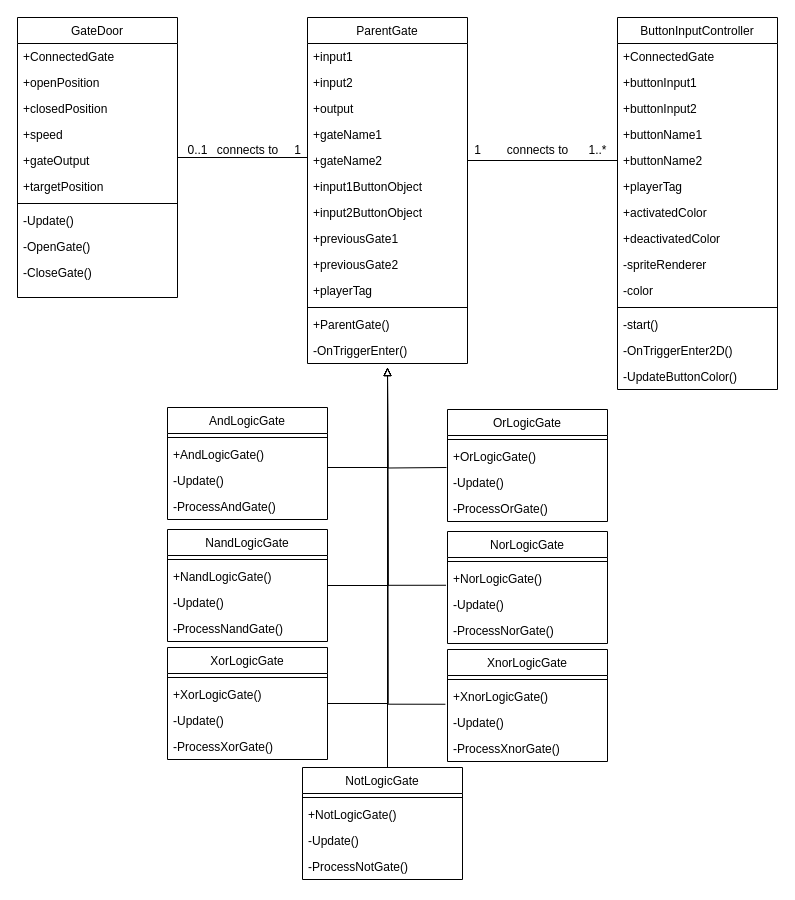
Above: Drawio Files/Class Diagram.drawio in jgharrison1/Logical-Gate (draw.io), before the change. Source tidied: cells renumbered, new cells numbered last; positions are measured from the earlier drawing's top-left corner, leaving out a move shared by most shapes. Both pictures are drawn from the tidied source at 100%, with x=0, y=0 at pixel (17, 17).
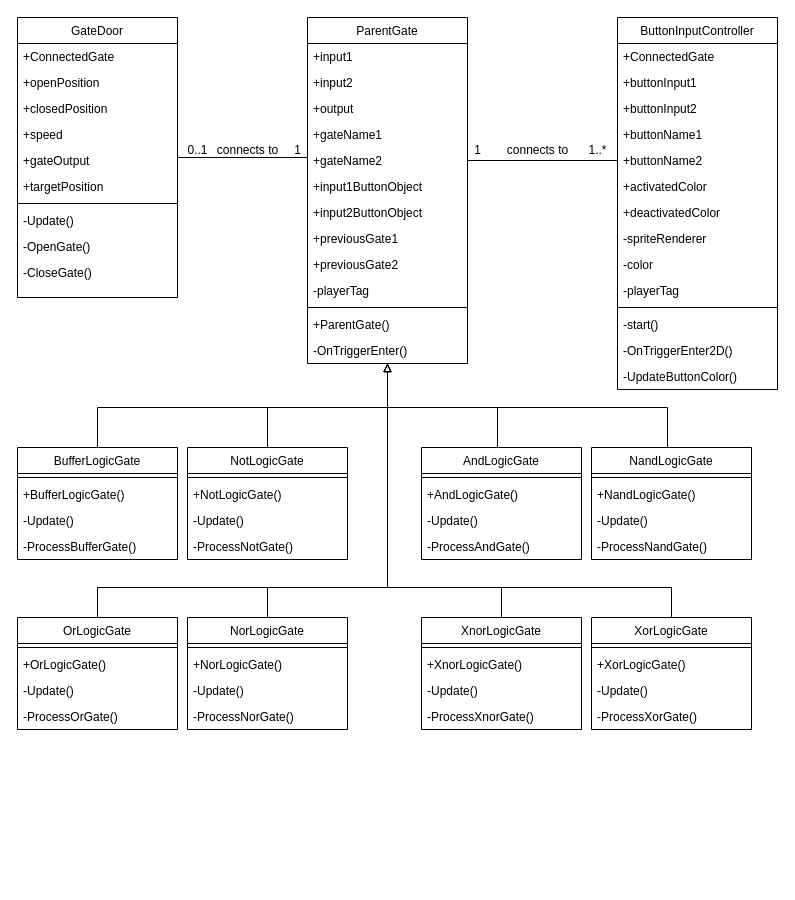
Above is the later version.

The change refers to these unchanged cells:
```xml
<mxCell id="2" value="ParentGate" style="swimlane;fontStyle=0;align=center;verticalAlign=top;horizontal=1;startSize=26;rounded=0;shadow=0;strokeWidth=1;" parent="1" vertex="1">
  <mxGeometry x="290" width="160" height="346" as="geometry" />
</mxCell>
<mxCell id="15" value="-OnTriggerEnter()" style="text;align=left;verticalAlign=top;spacingLeft=4;spacingRight=4;overflow=hidden;points=[[0,0.5],[1,0.5]];portConstraint=eastwest;rounded=0;shadow=0;html=0;" parent="2" vertex="1">
  <mxGeometry y="320" width="160" height="26" as="geometry" />
</mxCell>
<mxCell id="43" value="+NorLogicGate()" style="text;align=left;verticalAlign=top;spacingLeft=4;spacingRight=4;overflow=hidden;points=[[0,0.5],[1,0.5]];portConstraint=eastwest;" parent="40" vertex="1">
  <mxGeometry y="34" width="160" height="26" as="geometry" />
</mxCell>
<mxCell id="49" value="+XnorLogicGate()" style="text;align=left;verticalAlign=top;spacingLeft=4;spacingRight=4;overflow=hidden;points=[[0,0.5],[1,0.5]];portConstraint=eastwest;" parent="46" vertex="1">
  <mxGeometry y="34" width="160" height="26" as="geometry" />
</mxCell>
<mxCell id="52" value="ButtonInputController" style="swimlane;fontStyle=0;align=center;verticalAlign=top;horizontal=1;startSize=26;rounded=0;shadow=0;strokeWidth=1;" parent="1" vertex="1">
  <mxGeometry x="600" width="160" height="372" as="geometry" />
</mxCell>
```

Diff of the diagram source:
```diff
@@
-    <mxCell id="12" value="+playerTag" style="text;align=left;verticalAlign=top;spacingLeft=4;spacingRight=4;overflow=hidden;rounded=0;shadow=0;html=0;" parent="2" vertex="1">
+    <mxCell id="12" value="-playerTag" style="text;align=left;verticalAlign=top;spacingLeft=4;spacingRight=4;overflow=hidden;rounded=0;shadow=0;html=0;" parent="2" vertex="1">
       <mxGeometry y="260" width="160" height="26" as="geometry" />
     </mxCell>
@@
     <mxCell id="16" value="AndLogicGate" style="swimlane;fontStyle=0;align=center;verticalAlign=top;horizontal=1;startSize=26;rounded=0;shadow=0;strokeWidth=1;" parent="1" vertex="1">
-      <mxGeometry x="150" y="390" width="160" height="112" as="geometry" />
+      <mxGeometry x="404" y="430" width="160" height="112" as="geometry" />
     </mxCell>
@@
-    <mxCell id="21" style="endArrow=none;endSize=10;endFill=0;shadow=0;strokeWidth=1;rounded=0;curved=0;edgeStyle=elbowEdgeStyle;elbow=vertical;" parent="1" edge="1" source="16">
-      <mxGeometry relative="1" as="geometry">
-        <mxPoint x="370" y="380" as="targetPoint" />
-        <Array as="points">
-          <mxPoint x="370" y="450" />
-        </Array>
-      </mxGeometry>
-    </mxCell>
-    <mxCell id="22" style="edgeStyle=orthogonalEdgeStyle;rounded=0;jettySize=auto;html=1;endArrow=block;endFill=0;" parent="1" edge="1" source="23">
-      <mxGeometry relative="1" as="geometry">
-        <mxPoint x="370" y="350" as="targetPoint" />
-      </mxGeometry>
-    </mxCell>
     <mxCell id="23" value="NandLogicGate" style="swimlane;fontStyle=0;align=center;verticalAlign=top;horizontal=1;startSize=26;rounded=0;shadow=0;strokeWidth=1;" parent="1" vertex="1">
-      <mxGeometry x="150" y="512" width="160" height="112" as="geometry" />
+      <mxGeometry x="574" y="430" width="160" height="112" as="geometry" />
     </mxCell>
@@
-    <mxCell id="28" style="edgeStyle=orthogonalEdgeStyle;rounded=0;jettySize=auto;html=1;endArrow=block;endFill=0;" parent="1" edge="1" source="29">
-      <mxGeometry relative="1" as="geometry">
-        <mxPoint x="370" y="350" as="targetPoint" />
-      </mxGeometry>
-    </mxCell>
     <mxCell id="29" value="XorLogicGate" style="swimlane;fontStyle=0;align=center;verticalAlign=top;horizontal=1;startSize=26;rounded=0;shadow=0;strokeWidth=1;" parent="1" vertex="1">
-      <mxGeometry x="150" y="630" width="160" height="112" as="geometry" />
+      <mxGeometry x="574" y="600" width="160" height="112" as="geometry" />
     </mxCell>
@@
     <mxCell id="34" value="OrLogicGate" style="swimlane;fontStyle=0;align=center;verticalAlign=top;horizontal=1;startSize=26;rounded=0;shadow=0;strokeWidth=1;" parent="1" vertex="1">
-      <mxGeometry x="430" y="392" width="160" height="112" as="geometry" />
+      <mxGeometry y="600" width="160" height="112" as="geometry" />
     </mxCell>
@@
-    <mxCell id="36" style="edgeStyle=orthogonalEdgeStyle;rounded=0;orthogonalLoop=1;jettySize=auto;html=1;endArrow=block;endFill=0;" parent="34" edge="1">
-      <mxGeometry relative="1" as="geometry">
-        <mxPoint x="-1" y="58" as="sourcePoint" />
-        <mxPoint x="-60" y="-42" as="targetPoint" />
-      </mxGeometry>
-    </mxCell>
@@
     <mxCell id="40" value="NorLogicGate" style="swimlane;fontStyle=0;align=center;verticalAlign=top;horizontal=1;startSize=26;rounded=0;shadow=0;strokeWidth=1;" parent="1" vertex="1">
-      <mxGeometry x="430" y="514" width="160" height="112" as="geometry" />
+      <mxGeometry x="170" y="600" width="160" height="112" as="geometry" />
     </mxCell>
@@
-    <mxCell id="42" style="edgeStyle=orthogonalEdgeStyle;rounded=0;jettySize=auto;html=1;exitX=-0.009;exitY=0.76;exitDx=0;exitDy=0;exitPerimeter=0;endArrow=block;endFill=0;" parent="40" edge="1" source="43">
-      <mxGeometry relative="1" as="geometry">
-        <mxPoint x="-60" y="-164" as="targetPoint" />
-      </mxGeometry>
-    </mxCell>
@@
     <mxCell id="46" value="XnorLogicGate" style="swimlane;fontStyle=0;align=center;verticalAlign=top;horizontal=1;startSize=26;rounded=0;shadow=0;strokeWidth=1;" parent="1" vertex="1">
-      <mxGeometry x="430" y="632" width="160" height="112" as="geometry" />
+      <mxGeometry x="404" y="600" width="160" height="112" as="geometry" />
     </mxCell>
@@
-    <mxCell id="48" style="edgeStyle=orthogonalEdgeStyle;rounded=0;jettySize=auto;html=1;exitX=-0.013;exitY=0.798;exitDx=0;exitDy=0;exitPerimeter=0;endArrow=block;endFill=0;" parent="46" edge="1" source="49">
-      <mxGeometry relative="1" as="geometry">
-        <mxPoint x="-60" y="-282" as="targetPoint" />
-      </mxGeometry>
-    </mxCell>
@@
-    <mxCell id="58" value="+playerTag" style="text;align=left;verticalAlign=top;spacingLeft=4;spacingRight=4;overflow=hidden;rounded=0;shadow=0;html=0;" parent="52" vertex="1">
-      <mxGeometry y="156" width="160" height="26" as="geometry" />
-    </mxCell>
     <mxCell id="59" value="+activatedColor" style="text;align=left;verticalAlign=top;spacingLeft=4;spacingRight=4;overflow=hidden;rounded=0;shadow=0;html=0;" parent="52" vertex="1">
-      <mxGeometry y="182" width="160" height="26" as="geometry" />
+      <mxGeometry y="156" width="160" height="26" as="geometry" />
     </mxCell>
     <mxCell id="60" value="+deactivatedColor" style="text;align=left;verticalAlign=top;spacingLeft=4;spacingRight=4;overflow=hidden;rounded=0;shadow=0;html=0;" parent="52" vertex="1">
-      <mxGeometry y="208" width="160" height="26" as="geometry" />
+      <mxGeometry y="182" width="160" height="26" as="geometry" />
     </mxCell>
     <mxCell id="61" value="-spriteRenderer" style="text;align=left;verticalAlign=top;spacingLeft=4;spacingRight=4;overflow=hidden;rounded=0;shadow=0;html=0;" parent="52" vertex="1">
-      <mxGeometry y="234" width="160" height="26" as="geometry" />
+      <mxGeometry y="208" width="160" height="26" as="geometry" />
     </mxCell>
     <mxCell id="62" value="-color" style="text;align=left;verticalAlign=top;spacingLeft=4;spacingRight=4;overflow=hidden;rounded=0;shadow=0;html=0;" parent="52" vertex="1">
-      <mxGeometry y="260" width="160" height="26" as="geometry" />
+      <mxGeometry y="234" width="160" height="26" as="geometry" />
     </mxCell>
+    <mxCell id="58" value="-playerTag" style="text;align=left;verticalAlign=top;spacingLeft=4;spacingRight=4;overflow=hidden;rounded=0;shadow=0;html=0;" parent="52" vertex="1">
+      <mxGeometry y="260" width="160" height="26" as="geometry" />
+    </mxCell>
@@
-    <mxCell id="70" style="edgeStyle=orthogonalEdgeStyle;rounded=0;jettySize=auto;html=1;endArrow=none;endFill=0;" parent="1" edge="1" source="71">
-      <mxGeometry relative="1" as="geometry">
-        <mxPoint x="370" y="370" as="targetPoint" />
-        <Array as="points">
-          <mxPoint x="370" y="390" />
-        </Array>
-      </mxGeometry>
-    </mxCell>
     <mxCell id="71" value="NotLogicGate" style="swimlane;fontStyle=0;align=center;verticalAlign=top;horizontal=1;startSize=26;rounded=0;shadow=0;strokeWidth=1;" parent="1" vertex="1">
-      <mxGeometry x="285" y="750" width="160" height="112" as="geometry" />
+      <mxGeometry x="170" y="430" width="160" height="112" as="geometry" />
     </mxCell>
@@
+    <mxCell id="92" value="BufferLogicGate" style="swimlane;fontStyle=0;align=center;verticalAlign=top;horizontal=1;startSize=26;rounded=0;shadow=0;strokeWidth=1;" parent="1" vertex="1">
+      <mxGeometry y="430" width="160" height="112" as="geometry" />
+    </mxCell>
+    <mxCell id="93" style="line;html=1;strokeWidth=1;align=left;verticalAlign=middle;spacingTop=-1;spacingLeft=3;spacingRight=3;labelPosition=right;" parent="92" vertex="1">
+      <mxGeometry y="26" width="160" height="8" as="geometry" />
+    </mxCell>
+    <mxCell id="94" value="+BufferLogicGate()" style="text;align=left;verticalAlign=top;spacingLeft=4;spacingRight=4;overflow=hidden;" parent="92" vertex="1">
+      <mxGeometry y="34" width="160" height="26" as="geometry" />
+    </mxCell>
+    <mxCell id="95" value="-Update()" style="text;align=left;verticalAlign=top;spacingLeft=4;spacingRight=4;overflow=hidden;" parent="92" vertex="1">
+      <mxGeometry y="60" width="160" height="26" as="geometry" />
+    </mxCell>
+    <mxCell id="96" value="-ProcessBufferGate()" style="text;align=left;verticalAlign=top;spacingLeft=4;spacingRight=4;overflow=hidden;" parent="92" vertex="1">
+      <mxGeometry y="86" width="160" height="26" as="geometry" />
+    </mxCell>
+    <mxCell id="97" style="edgeStyle=orthogonalEdgeStyle;rounded=0;jettySize=auto;html=1;entryX=0.5;entryY=0;entryDx=0;entryDy=0;endArrow=none;endFill=0;startArrow=block;startFill=0;" parent="1" edge="1" source="15" target="71">
+      <mxGeometry relative="1" as="geometry">
+        <Array as="points">
+          <mxPoint x="370" y="390" />
+          <mxPoint x="250" y="390" />
+        </Array>
+      </mxGeometry>
+    </mxCell>
+    <mxCell id="98" style="edgeStyle=orthogonalEdgeStyle;rounded=0;orthogonalLoop=1;jettySize=auto;html=1;entryX=0.5;entryY=0;entryDx=0;entryDy=0;endArrow=none;endFill=0;startArrow=block;startFill=0;" parent="1" edge="1">
+      <mxGeometry relative="1" as="geometry">
+        <mxPoint x="370" y="346" as="sourcePoint" />
+        <mxPoint x="500" y="430" as="targetPoint" />
+        <Array as="points">
+          <mxPoint x="370" y="390" />
+          <mxPoint x="480" y="390" />
+          <mxPoint x="480" y="430" />
+        </Array>
+      </mxGeometry>
+    </mxCell>
+    <mxCell id="99" style="edgeStyle=orthogonalEdgeStyle;rounded=0;jettySize=auto;html=1;entryX=0.5;entryY=0;entryDx=0;entryDy=0;endArrow=none;endFill=0;startArrow=block;startFill=0;" parent="1" edge="1" source="15" target="92">
+      <mxGeometry relative="1" as="geometry">
+        <Array as="points">
+          <mxPoint x="370" y="390" />
+          <mxPoint x="80" y="390" />
+        </Array>
+      </mxGeometry>
+    </mxCell>
+    <mxCell id="100" style="edgeStyle=orthogonalEdgeStyle;rounded=0;orthogonalLoop=1;jettySize=auto;html=1;entryX=0.5;entryY=0;entryDx=0;entryDy=0;endArrow=none;endFill=0;startArrow=block;startFill=0;" parent="1" edge="1">
+      <mxGeometry relative="1" as="geometry">
+        <mxPoint x="370" y="346" as="sourcePoint" />
+        <mxPoint x="670" y="430" as="targetPoint" />
+        <Array as="points">
+          <mxPoint x="370" y="390" />
+          <mxPoint x="650" y="390" />
+          <mxPoint x="650" y="430" />
+        </Array>
+      </mxGeometry>
+    </mxCell>
+    <mxCell id="101" style="edgeStyle=orthogonalEdgeStyle;rounded=0;jettySize=auto;html=1;entryX=0.5;entryY=0;entryDx=0;entryDy=0;endArrow=none;endFill=0;startArrow=block;startFill=0;" parent="1" edge="1" source="15" target="40">
+      <mxGeometry relative="1" as="geometry">
+        <Array as="points">
+          <mxPoint x="370" y="570" />
+          <mxPoint x="250" y="570" />
+        </Array>
+      </mxGeometry>
+    </mxCell>
+    <mxCell id="102" style="edgeStyle=orthogonalEdgeStyle;rounded=0;jettySize=auto;html=1;entryX=0.5;entryY=0;entryDx=0;entryDy=0;endArrow=none;endFill=0;startArrow=block;startFill=0;" parent="1" edge="1" source="15" target="34">
+      <mxGeometry relative="1" as="geometry">
+        <Array as="points">
+          <mxPoint x="370" y="570" />
+          <mxPoint x="80" y="570" />
+        </Array>
+      </mxGeometry>
+    </mxCell>
+    <mxCell id="103" style="edgeStyle=orthogonalEdgeStyle;rounded=0;jettySize=auto;html=1;entryX=0.5;entryY=0;entryDx=0;entryDy=0;endArrow=none;endFill=0;startArrow=block;startFill=0;" parent="1" edge="1" source="15" target="46">
+      <mxGeometry relative="1" as="geometry">
+        <Array as="points">
+          <mxPoint x="370" y="570" />
+          <mxPoint x="484" y="570" />
+        </Array>
+      </mxGeometry>
+    </mxCell>
+    <mxCell id="104" style="edgeStyle=orthogonalEdgeStyle;rounded=0;jettySize=auto;html=1;entryX=0.5;entryY=0;entryDx=0;entryDy=0;endArrow=none;endFill=0;startArrow=block;startFill=0;" parent="1" edge="1" source="15" target="29">
+      <mxGeometry relative="1" as="geometry">
+        <Array as="points">
+          <mxPoint x="370" y="570" />
+          <mxPoint x="654" y="570" />
+        </Array>
+      </mxGeometry>
+    </mxCell>
```
